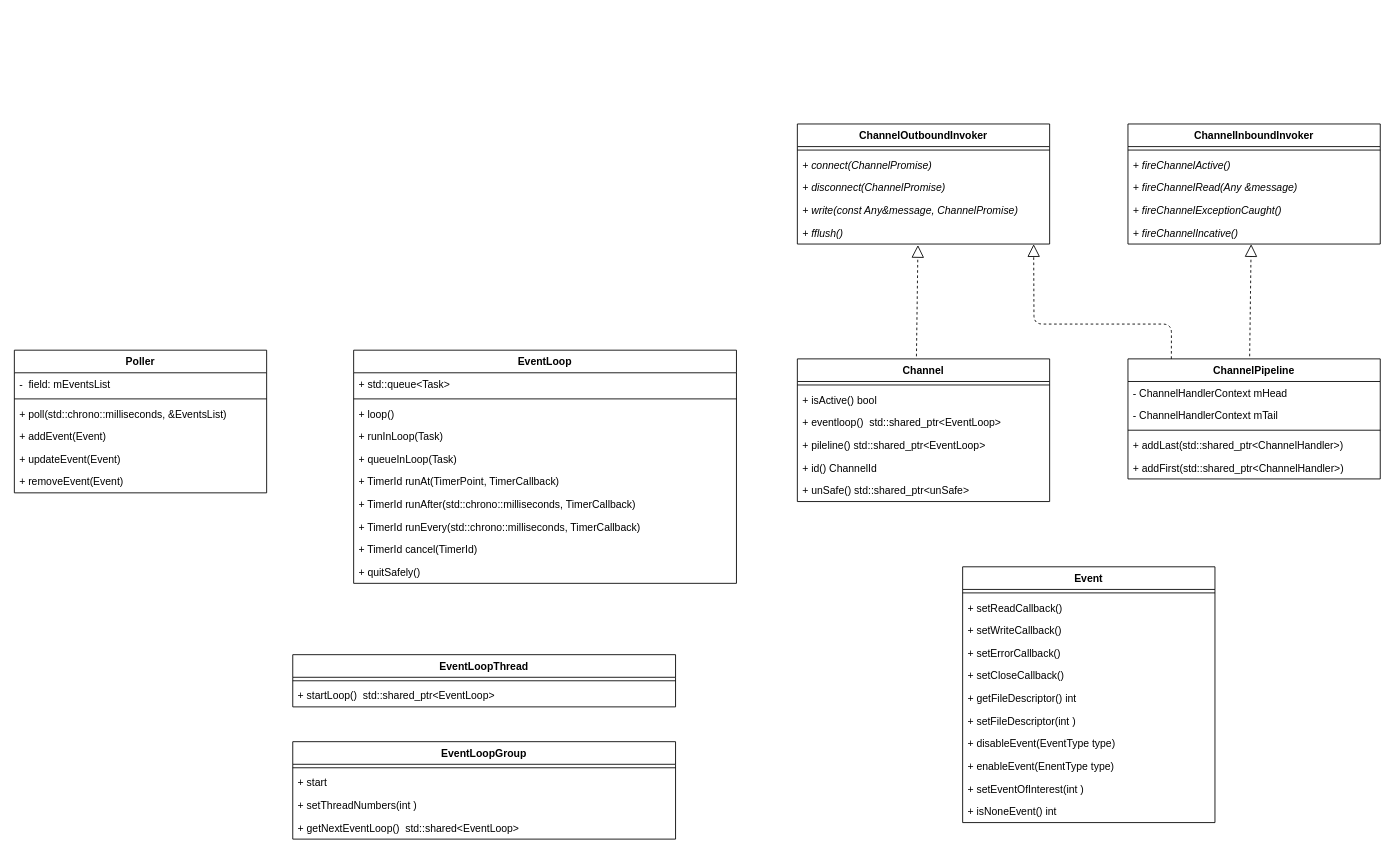
bingo787/draw keeps this draw.io diagram as page "类图" (1 of 4) of transport.drawio. Above is the earlier version. Source tidied: cells renumbered, new cells numbered last; positions are measured from the earlier drawing's top-left corner, leaving out a move shared by most shapes. Both pictures are drawn from the tidied source at 87%, with x=0, y=0 at pixel (14, 124).
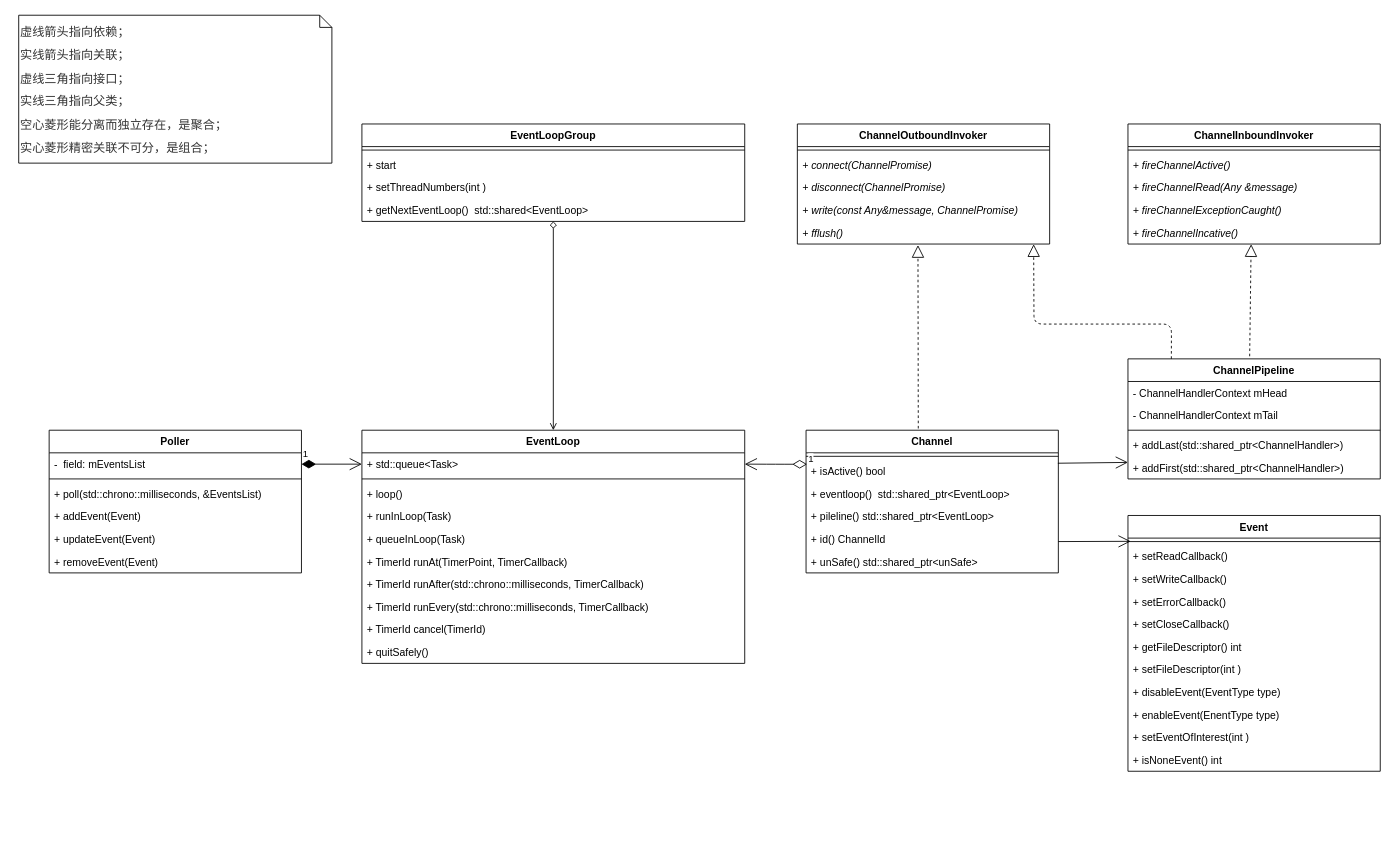
The same page after the edit.

The change refers to these unchanged cells:
```xml
<mxCell id="7" value="+ fflush()" style="text;strokeColor=none;fillColor=none;align=left;verticalAlign=top;spacingLeft=4;spacingRight=4;overflow=hidden;points=[[0,0.5],[1,0.5]];portConstraint=eastwest;fontStyle=2;" parent="2" vertex="1">
  <mxGeometry y="112" width="290" height="26" as="geometry" />
</mxCell>
<mxCell id="10" value="+ isActive() bool" style="text;strokeColor=none;fillColor=none;align=left;verticalAlign=top;spacingLeft=4;spacingRight=4;overflow=hidden;points=[[0,0.5],[1,0.5]];portConstraint=eastwest;" parent="8" vertex="1">
  <mxGeometry y="34" width="290" height="26" as="geometry" />
</mxCell>
<mxCell id="17" value="+ std::queue&lt;Task&gt;" style="text;strokeColor=none;fillColor=none;align=left;verticalAlign=top;spacingLeft=4;spacingRight=4;overflow=hidden;points=[[0,0.5],[1,0.5]];portConstraint=eastwest;" parent="16" vertex="1">
  <mxGeometry y="26" width="440" height="26" as="geometry" />
</mxCell>
<mxCell id="28" value="-  field: mEventsList" style="text;strokeColor=none;fillColor=none;align=left;verticalAlign=top;spacingLeft=4;spacingRight=4;overflow=hidden;points=[[0,0.5],[1,0.5]];portConstraint=eastwest;" parent="27" vertex="1">
  <mxGeometry y="26" width="290" height="26" as="geometry" />
</mxCell>
<mxCell id="36" value="+ setReadCallback()" style="text;strokeColor=none;fillColor=none;align=left;verticalAlign=top;spacingLeft=4;spacingRight=4;overflow=hidden;points=[[0,0.5],[1,0.5]];portConstraint=eastwest;" parent="34" vertex="1">
  <mxGeometry y="34" width="290" height="26" as="geometry" />
</mxCell>
<mxCell id="51" value="+ addFirst(std::shared_ptr&lt;ChannelHandler&gt;)" style="text;strokeColor=none;fillColor=none;align=left;verticalAlign=top;spacingLeft=4;spacingRight=4;overflow=hidden;points=[[0,0.5],[1,0.5]];portConstraint=eastwest;" parent="46" vertex="1">
  <mxGeometry y="112" width="290" height="26" as="geometry" />
</mxCell>
```

What changed in the source:
```diff
@@
     <mxCell id="8" value="Channel" style="swimlane;fontStyle=1;align=center;verticalAlign=top;horizontal=1;startSize=26;" parent="1" vertex="1">
-      <mxGeometry x="900" y="270" width="290" height="164" as="geometry" />
+      <mxGeometry x="910" y="352" width="290" height="164" as="geometry" />
     </mxCell>
@@
-    <mxCell id="15" style="endArrow=block;dashed=1;endFill=0;endSize=12;html=1;entryX=0.478;entryY=1.046;entryDx=0;entryDy=0;entryPerimeter=0;exitX=0.472;exitY=-0.018;exitDx=0;exitDy=0;exitPerimeter=0;" parent="1" edge="1" source="8" target="7">
-      <mxGeometry relative="1" as="geometry" />
+    <mxCell id="15" style="endArrow=block;dashed=1;endFill=0;endSize=12;html=1;entryX=0.478;entryY=1.046;entryDx=0;entryDy=0;entryPerimeter=0;" parent="1" edge="1" target="7">
+      <mxGeometry relative="1" as="geometry">
+        <mxPoint x="1039" y="350" as="sourcePoint" />
+      </mxGeometry>
     </mxCell>
     <mxCell id="16" value="EventLoop" style="swimlane;fontStyle=1;align=center;verticalAlign=top;horizontal=1;startSize=26;" parent="1" vertex="1">
-      <mxGeometry x="390" y="260" width="440" height="268" as="geometry" />
+      <mxGeometry x="399.5" y="352" width="440" height="268" as="geometry" />
     </mxCell>
@@
     <mxCell id="27" value="Poller" style="swimlane;fontStyle=1;align=center;verticalAlign=top;horizontal=1;startSize=26;" parent="1" vertex="1">
-      <mxGeometry y="260" width="290" height="164" as="geometry" />
+      <mxGeometry x="40" y="352" width="290" height="164" as="geometry" />
     </mxCell>
@@
     <mxCell id="34" value="Event" style="swimlane;fontStyle=1;align=center;verticalAlign=top;horizontal=1;startSize=26;" parent="1" vertex="1">
-      <mxGeometry x="1090" y="509" width="290" height="294" as="geometry" />
+      <mxGeometry x="1280" y="450" width="290" height="294" as="geometry" />
     </mxCell>
@@
-    <mxCell id="59" value="EventLoopThread" style="swimlane;fontStyle=1;align=center;verticalAlign=top;horizontal=1;startSize=26;" parent="1" vertex="1">
-      <mxGeometry x="320" y="610" width="440" height="60" as="geometry" />
-    </mxCell>
-    <mxCell id="60" style="line;strokeWidth=1;fillColor=none;align=left;verticalAlign=middle;spacingTop=-1;spacingLeft=3;spacingRight=3;labelPosition=right;" parent="59" vertex="1">
-      <mxGeometry y="26" width="440" height="8" as="geometry" />
-    </mxCell>
-    <mxCell id="61" value="+ startLoop()  std::shared_ptr&lt;EventLoop&gt;" style="text;strokeColor=none;fillColor=none;align=left;verticalAlign=top;spacingLeft=4;spacingRight=4;overflow=hidden;" parent="59" vertex="1">
-      <mxGeometry y="34" width="440" height="26" as="geometry" />
-    </mxCell>
+    <mxCell id="68" style="edgeStyle=none;rounded=0;jettySize=auto;html=1;entryX=0.5;entryY=0;entryDx=0;entryDy=0;startArrow=diamond;startFill=0;endArrow=open;endFill=0;strokeColor=#000000;fontColor=#000000;" parent="1" edge="1" source="62" target="16">
+      <mxGeometry relative="1" as="geometry" />
+    </mxCell>
     <mxCell id="62" value="EventLoopGroup" style="swimlane;fontStyle=1;align=center;verticalAlign=top;horizontal=1;startSize=26;" parent="1" vertex="1">
-      <mxGeometry x="320" y="710" width="440" height="112" as="geometry" />
+      <mxGeometry x="399.5" width="440" height="112" as="geometry" />
     </mxCell>
@@
+    <mxCell id="69" value="&lt;p style=&quot;margin: 10px auto ; padding: 0px ; color: rgb(51 , 51 , 51) ; font-family: &amp;#34;verdana&amp;#34; , &amp;#34;arial&amp;#34; , &amp;#34;helvetica&amp;#34; , sans-serif ; font-size: 14px ; background-color: rgb(255 , 255 , 255)&quot;&gt;虚线箭头指向依赖；&lt;/p&gt;&lt;p style=&quot;margin: 10px auto ; padding: 0px ; color: rgb(51 , 51 , 51) ; font-family: &amp;#34;verdana&amp;#34; , &amp;#34;arial&amp;#34; , &amp;#34;helvetica&amp;#34; , sans-serif ; font-size: 14px ; background-color: rgb(255 , 255 , 255)&quot;&gt;实线箭头指向关联；&lt;/p&gt;&lt;p style=&quot;margin: 10px auto ; padding: 0px ; color: rgb(51 , 51 , 51) ; font-family: &amp;#34;verdana&amp;#34; , &amp;#34;arial&amp;#34; , &amp;#34;helvetica&amp;#34; , sans-serif ; font-size: 14px ; background-color: rgb(255 , 255 , 255)&quot;&gt;虚线三角指向接口；&lt;/p&gt;&lt;p style=&quot;margin: 10px auto ; padding: 0px ; color: rgb(51 , 51 , 51) ; font-family: &amp;#34;verdana&amp;#34; , &amp;#34;arial&amp;#34; , &amp;#34;helvetica&amp;#34; , sans-serif ; font-size: 14px ; background-color: rgb(255 , 255 , 255)&quot;&gt;实线三角指向父类；&lt;/p&gt;&lt;p style=&quot;margin: 10px auto ; padding: 0px ; color: rgb(51 , 51 , 51) ; font-family: &amp;#34;verdana&amp;#34; , &amp;#34;arial&amp;#34; , &amp;#34;helvetica&amp;#34; , sans-serif ; font-size: 14px ; background-color: rgb(255 , 255 , 255)&quot;&gt;空心菱形能分离而独立存在，是聚合；&lt;/p&gt;&lt;p style=&quot;margin: 10px auto ; padding: 0px ; color: rgb(51 , 51 , 51) ; font-family: &amp;#34;verdana&amp;#34; , &amp;#34;arial&amp;#34; , &amp;#34;helvetica&amp;#34; , sans-serif ; font-size: 14px ; background-color: rgb(255 , 255 , 255)&quot;&gt;实心菱形精密关联不可分，是组合；&lt;/p&gt;" style="shape=note;whiteSpace=wrap;html=1;size=14;verticalAlign=top;align=left;spacingTop=-6;strokeColor=#000000;fillColor=#FFFFFF;fontColor=#000000;" parent="1" vertex="1">
+      <mxGeometry x="5" y="-125" width="360" height="170" as="geometry" />
+    </mxCell>
+    <mxCell id="70" value="1" style="endArrow=open;html=1;endSize=12;startArrow=diamondThin;startSize=14;startFill=0;edgeStyle=orthogonalEdgeStyle;align=left;verticalAlign=bottom;strokeColor=#000000;fontColor=#000000;entryX=1;entryY=0.5;entryDx=0;entryDy=0;exitX=0.004;exitY=0.197;exitDx=0;exitDy=0;exitPerimeter=0;" parent="1" edge="1" source="10" target="17">
+      <mxGeometry x="-1" y="3" relative="1" as="geometry" />
+    </mxCell>
+    <mxCell id="71" style="endArrow=open;endFill=1;endSize=12;html=1;strokeColor=#000000;fontColor=#000000;exitX=0.998;exitY=0.152;exitDx=0;exitDy=0;entryX=0;entryY=0.269;entryDx=0;entryDy=0;exitPerimeter=0;entryPerimeter=0;" parent="1" edge="1" source="10" target="51">
+      <mxGeometry relative="1" as="geometry" />
+    </mxCell>
+    <mxCell id="72" value="1" style="endArrow=open;html=1;endSize=12;startArrow=diamondThin;startSize=14;startFill=1;edgeStyle=orthogonalEdgeStyle;align=left;verticalAlign=bottom;strokeColor=#000000;fontColor=#000000;entryX=0;entryY=0.5;entryDx=0;entryDy=0;exitX=1;exitY=0.5;exitDx=0;exitDy=0;" parent="1" edge="1" source="28" target="17">
+      <mxGeometry x="-1" y="3" relative="1" as="geometry" />
+    </mxCell>
+    <mxCell id="73" style="endArrow=open;endFill=1;endSize=12;html=1;strokeColor=#000000;fontColor=#000000;entryX=0.011;entryY=-0.165;entryDx=0;entryDy=0;entryPerimeter=0;" parent="1" edge="1" target="36">
+      <mxGeometry relative="1" as="geometry">
+        <mxPoint x="1200" y="480" as="sourcePoint" />
+      </mxGeometry>
+    </mxCell>
```
